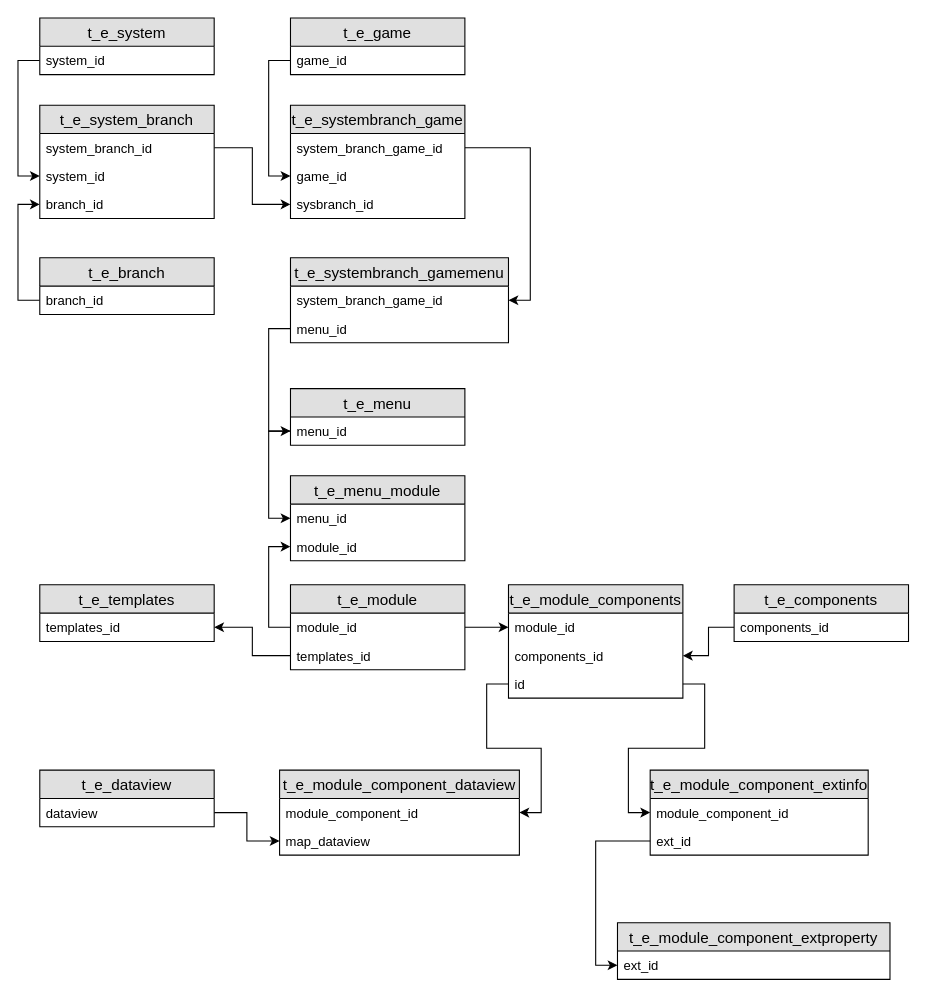
Above: 收支系统表关联ER.drawio in wushengqiang/mydoc (draw.io), before the change. Source tidied: cells renumbered, new cells numbered last; positions are measured from the earlier drawing's top-left corner, leaving out a move shared by most shapes. Both pictures are drawn from the tidied source at 109%, with x=0, y=0 at pixel (39, 17).
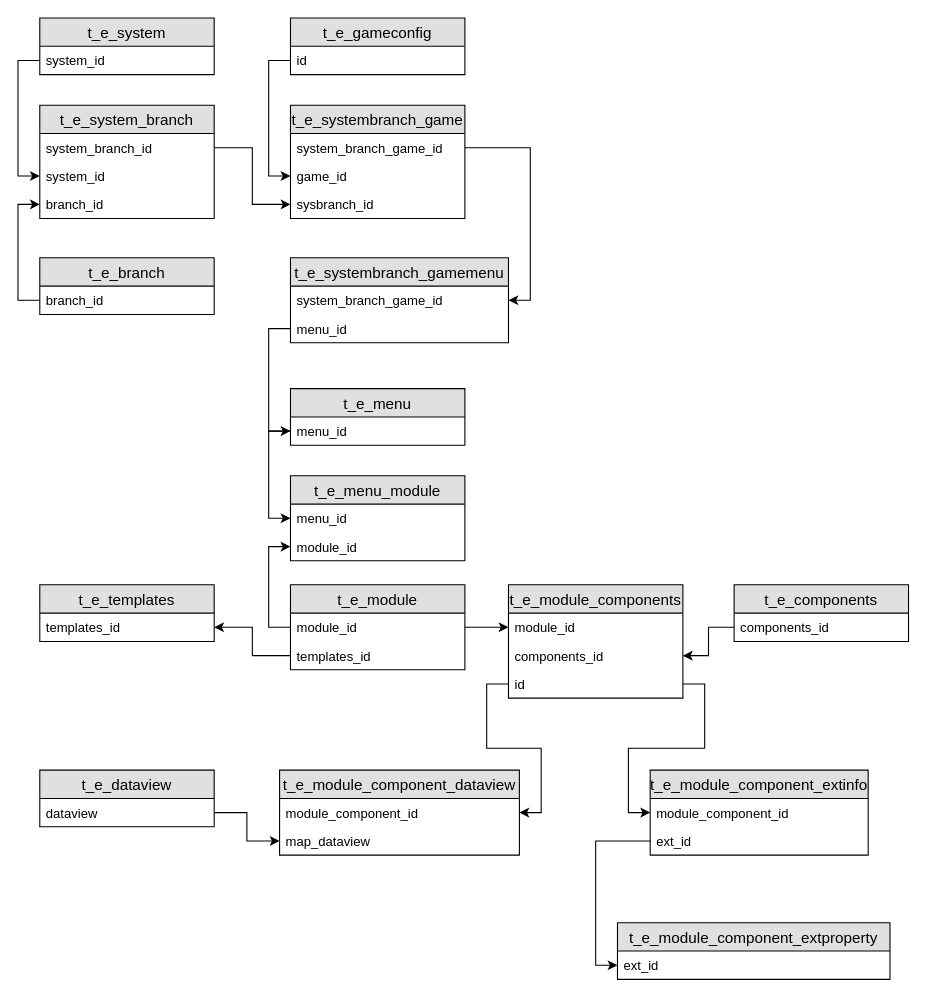
Above is the later version.

Commit message:
更新收支系统表关联ER.drawio

The edit, as a diff of the source:
```diff
@@
-    <mxCell id="23" value="t_e_game" style="swimlane;fontStyle=0;horizontal=1;startSize=26;fillColor=#e0e0e0;swimlaneFillColor=#ffffff;align=center;fontSize=14;" parent="1" vertex="1">
+    <mxCell id="23" value="t_e_gameconfig" style="swimlane;fontStyle=0;horizontal=1;startSize=26;fillColor=#e0e0e0;swimlaneFillColor=#ffffff;align=center;fontSize=14;" parent="1" vertex="1">
       <mxGeometry x="230" width="160" height="52" as="geometry" />
     </mxCell>
-    <mxCell id="24" value="game_id" style="text;strokeColor=none;fillColor=none;spacingLeft=4;spacingRight=4;overflow=hidden;points=[[0,0.5],[1,0.5]];portConstraint=eastwest;fontSize=12;" parent="23" vertex="1">
+    <mxCell id="24" value="id" style="text;strokeColor=none;fillColor=none;spacingLeft=4;spacingRight=4;overflow=hidden;points=[[0,0.5],[1,0.5]];portConstraint=eastwest;fontSize=12;" parent="23" vertex="1">
       <mxGeometry y="26" width="160" height="26" as="geometry" />
     </mxCell>
```
